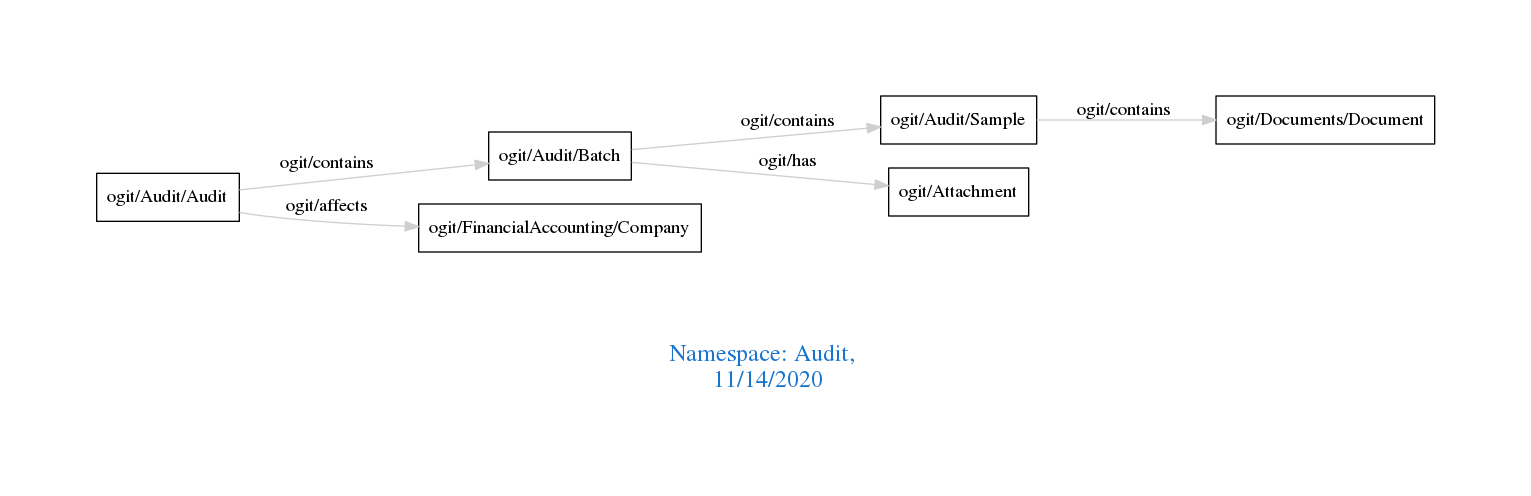
This is downloads/Audit.png from arago/OGIT, a Graphviz export, as it was before one commit. Its source is kept beside it as downloads/Audit.dot.
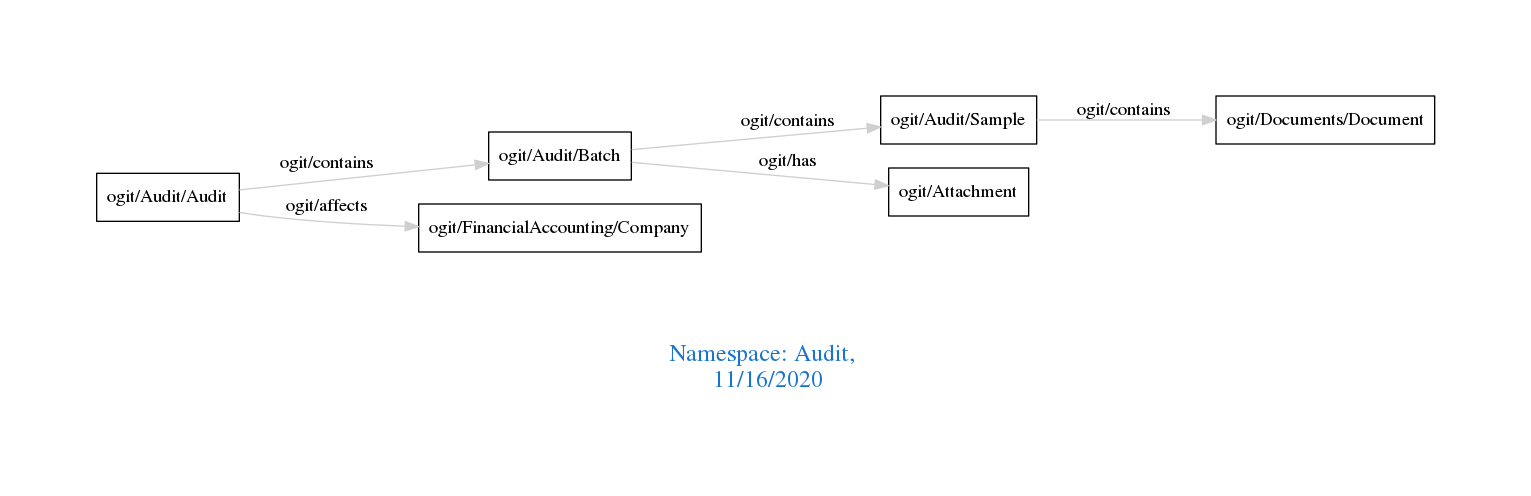
After the commit.

Change to the diagram source:
```diff
@@ -1,7 +1,7 @@
 digraph OGIT_ontology {
  graph [ rankdir= LR,pad=1
 fontsize = 18,
-fontcolor= dodgerblue3,label = "\n\n\nNamespace: Audit, \n 11/14/2020"];
+fontcolor= dodgerblue3,label = "\n\n\nNamespace: Audit, \n 11/16/2020"];
 node[shape=polygon];
 edge [  color="gray81"];
 
```
